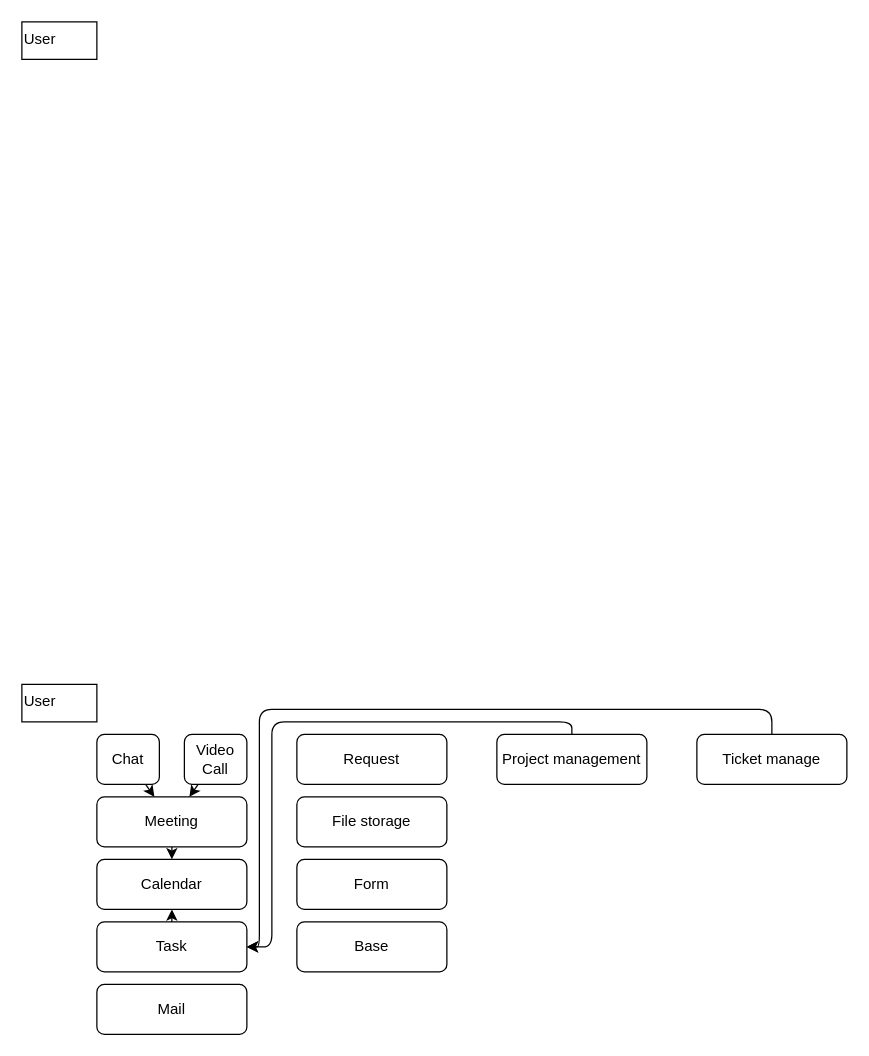
This is system-design.drawio from AzazelXXI/unitydesk, a draw.io file, before an edit. Source tidied: cells renumbered, new cells numbered last; positions are measured from the earlier drawing's top-left corner, leaving out a move shared by most shapes. Both pictures are drawn from the tidied source at 125%, with x=0, y=0 at pixel (21, 21).
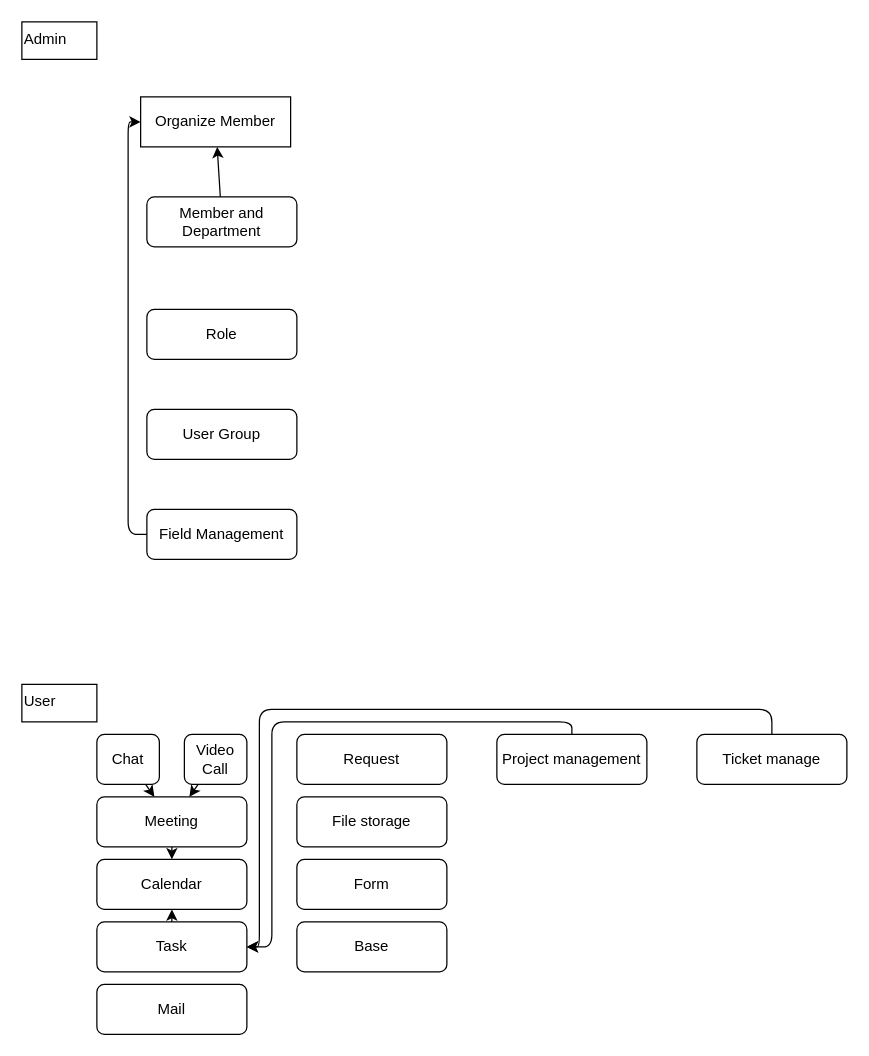
Above is the later version.

The edit, as a diff of the source:
```diff
@@
-    <mxCell id="21" value="User" style="rounded=0;whiteSpace=wrap;html=1;align=left;verticalAlign=top;gradientColor=default;fillColor=none;" parent="1" vertex="1">
+    <mxCell id="21" value="Admin" style="rounded=0;whiteSpace=wrap;html=1;align=left;verticalAlign=top;gradientColor=default;fillColor=none;" parent="1" vertex="1">
       <mxGeometry width="60" height="30" as="geometry" />
     </mxCell>
+    <mxCell id="22" value="Organize Member" style="rounded=0;whiteSpace=wrap;html=1;verticalAlign=middle;align=center;fillColor=default;" parent="1" vertex="1">
+      <mxGeometry x="95" y="60" width="120" height="40" as="geometry" />
+    </mxCell>
+    <mxCell id="23" style="edgeStyle=none;html=1;" parent="1" edge="1" source="24" target="22">
+      <mxGeometry relative="1" as="geometry" />
+    </mxCell>
+    <mxCell id="24" value="Member and Department" style="rounded=1;whiteSpace=wrap;html=1;" parent="1" vertex="1">
+      <mxGeometry x="100" y="140" width="120" height="40" as="geometry" />
+    </mxCell>
+    <mxCell id="25" value="Role" style="rounded=1;whiteSpace=wrap;html=1;" parent="1" vertex="1">
+      <mxGeometry x="100" y="230" width="120" height="40" as="geometry" />
+    </mxCell>
+    <mxCell id="26" value="User Group" style="rounded=1;whiteSpace=wrap;html=1;" parent="1" vertex="1">
+      <mxGeometry x="100" y="310" width="120" height="40" as="geometry" />
+    </mxCell>
+    <mxCell id="27" style="edgeStyle=orthogonalEdgeStyle;html=1;entryX=0;entryY=0.5;entryDx=0;entryDy=0;" parent="1" edge="1" source="28" target="22">
+      <mxGeometry relative="1" as="geometry">
+        <Array as="points">
+          <mxPoint x="85" y="410" />
+          <mxPoint x="85" y="80" />
+        </Array>
+      </mxGeometry>
+    </mxCell>
+    <mxCell id="28" value="Field Management" style="rounded=1;whiteSpace=wrap;html=1;" parent="1" vertex="1">
+      <mxGeometry x="100" y="390" width="120" height="40" as="geometry" />
+    </mxCell>
```
